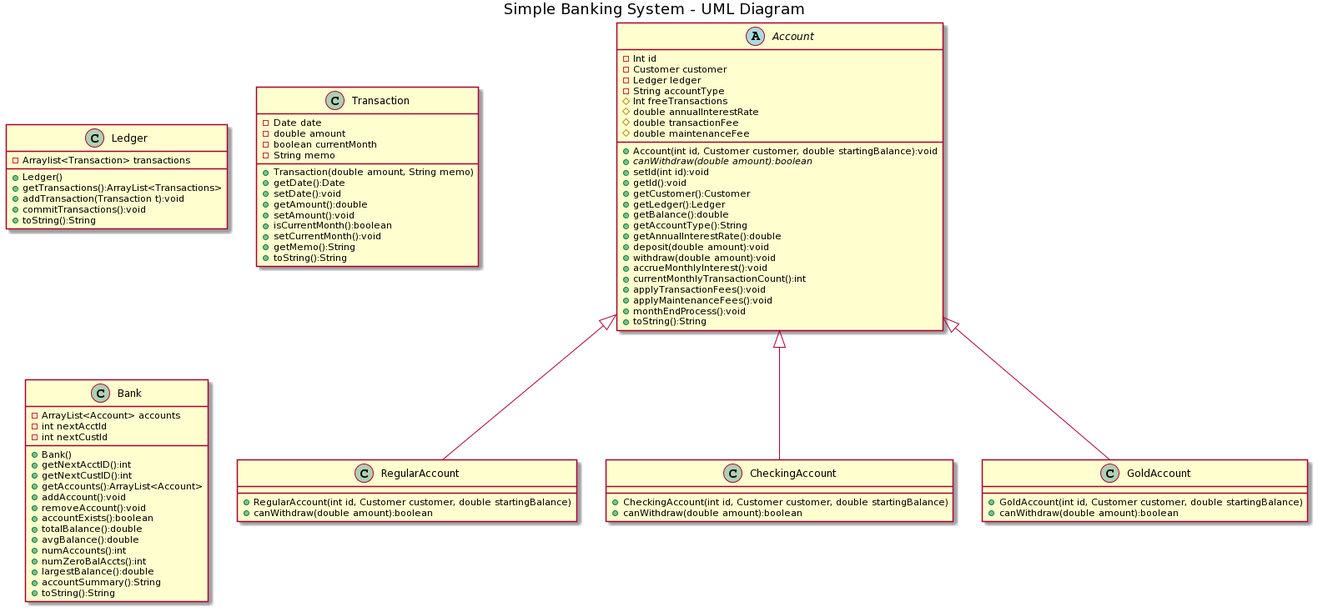
The PlantUML diagram src/umlDiagrams.png in MatthewFante/INFO_C210_Final_Project_Simple_Banking_System, before a commit. Its diagram source:
```plantuml
@startuml
title Simple Banking System - UML Diagram

abstract class Account {
  -Int id
  -Customer customer
  -Ledger ledger
  -String accountType
  #Int freeTransactions
  #double annualInterestRate
  #double transactionFee
  #double maintenanceFee
  +Account(int id, Customer customer, double startingBalance):void
  +{abstract} canWithdraw(double amount):boolean
  +setId(int id):void
  +getId():void
  +getCustomer():Customer
  +getLedger():Ledger
  +getBalance():double
  +getAccountType():String
  +getAnnualInterestRate():double
  +deposit(double amount):void
  +withdraw(double amount):void
  +accrueMonthlyInterest():void
  +currentMonthlyTransactionCount():int
  +applyTransactionFees():void
  +applyMaintenanceFees():void
  +monthEndProcess():void
  +toString():String
}

class RegularAccount {
+RegularAccount(int id, Customer customer, double startingBalance)
+canWithdraw(double amount):boolean
}
class CheckingAccount{
+CheckingAccount(int id, Customer customer, double startingBalance)
+canWithdraw(double amount):boolean
}
class GoldAccount{
+GoldAccount(int id, Customer customer, double startingBalance)
+canWithdraw(double amount):boolean
}

Account <|-- RegularAccount
Account <|-- CheckingAccount
Account <|-- GoldAccount

class Ledger{
    -Arraylist<Transaction> transactions
    +Ledger()
    +getTransactions():ArrayList<Transactions>
    +addTransaction(Transaction t):void
    +commitTransactions():void
    +toString():String
}

class Transaction{
    -Date date
    -double amount
    -boolean currentMonth
    -String memo
    +Transaction(double amount, String memo)
    +getDate():Date
    +setDate():void
    +getAmount():double
    +setAmount():void
    +isCurrentMonth():boolean
    +setCurrentMonth():void
    +getMemo():String
    +toString():String
}

class Bank{
    -ArrayList<Account> accounts
    -int nextAcctId
    -int nextCustId
    +Bank()
    +getNextAcctID():int
    +getNextCustID():int
    +getAccounts():ArrayList<Account>
    +addAccount():void
    +removeAccount():void
    +accountExists():boolean
    +totalBalance():double
    +avgBalance():double
    +numAccounts():int
    +numZeroBalAccts():int
    +largestBalance():double
    +accountSummary():String
    +toString():String
}
@enduml
```
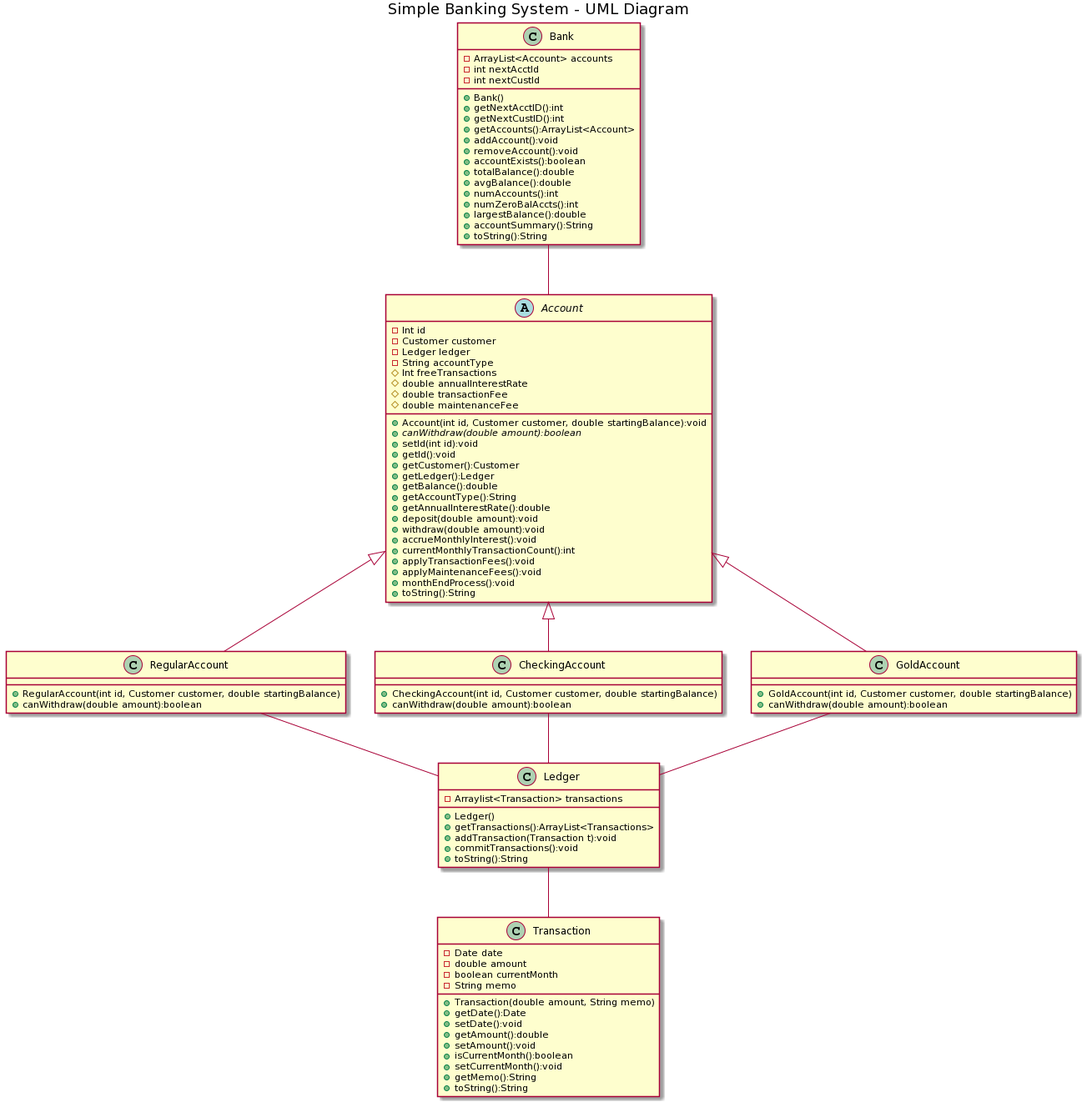
After the commit.

Commit message:
updated UML diagrams

What changed in the source:
```diff
@@ -45,6 +45,11 @@
 Account <|-- RegularAccount
 Account <|-- CheckingAccount
 Account <|-- GoldAccount
+Ledger -- Transaction
+RegularAccount -- Ledger
+CheckingAccount -- Ledger
+GoldAccount -- Ledger
+Bank -- Account
 
 class Ledger{
     -Arraylist<Transaction> transactions
```
